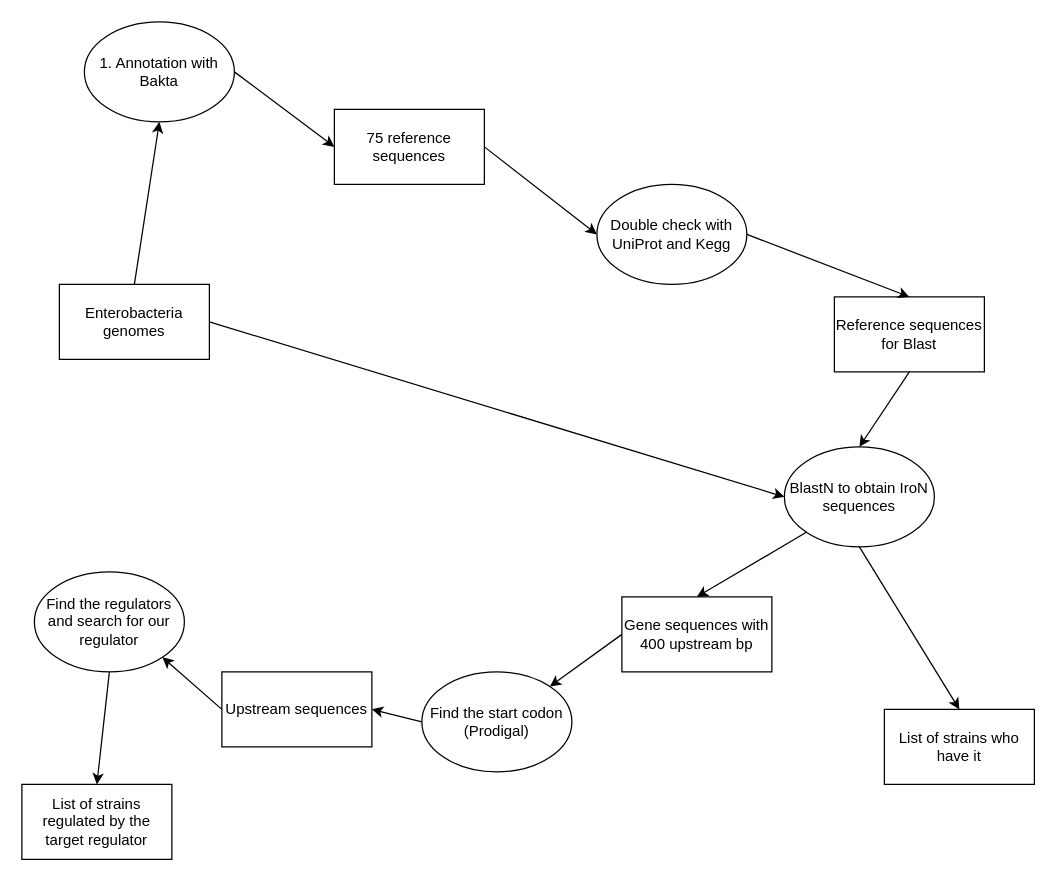
Before: IroN-project.drawio in Eugenio-Molphe/IroN-project, a draw.io diagram. Source tidied: cells renumbered, new cells numbered last; positions are measured from the earlier drawing's top-left corner, leaving out a move shared by most shapes. Both pictures are drawn from the tidied source at 125%, with x=0, y=0 at pixel (21, 21).
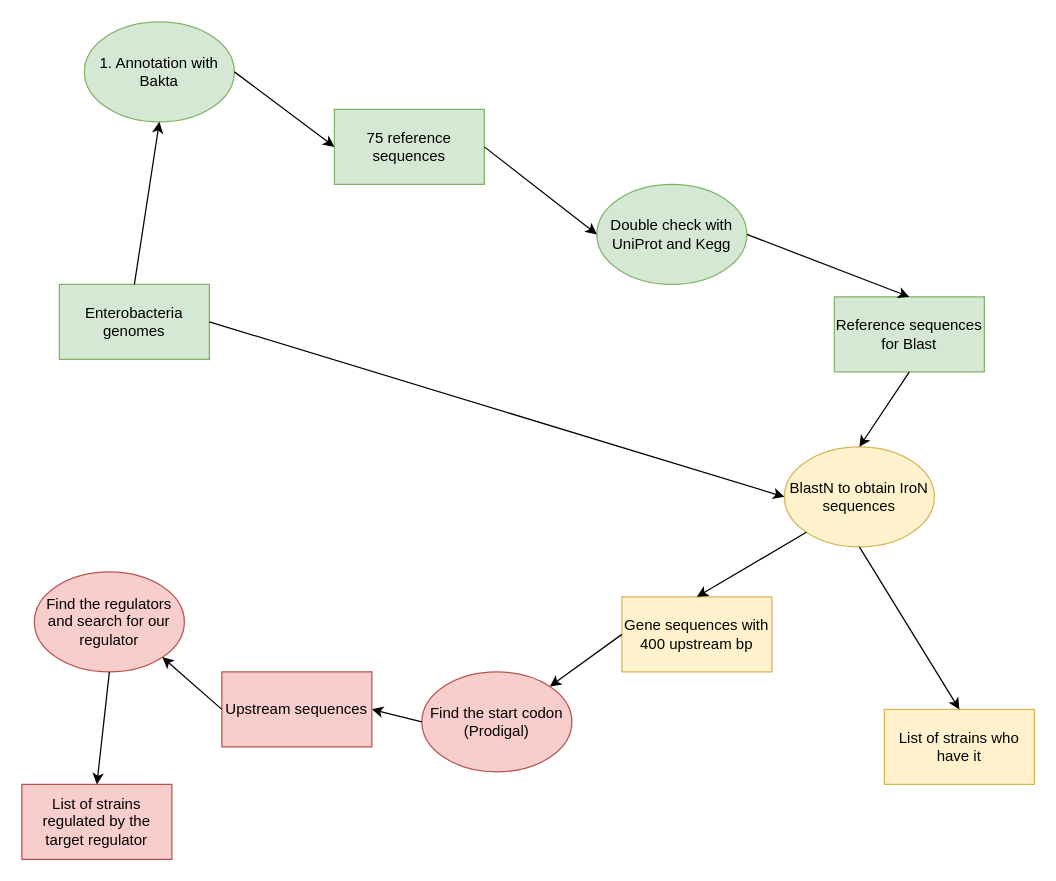
After the change.

Commit message:
We are bout to Blast it

What changed in the source:
```diff
@@
-    <mxCell id="2" value="75 reference sequences" style="rounded=0;whiteSpace=wrap;html=1;" parent="1" vertex="1">
+    <mxCell id="2" value="75 reference sequences" style="rounded=0;whiteSpace=wrap;html=1;fillColor=#d5e8d4;strokeColor=#82b366;" parent="1" vertex="1">
       <mxGeometry x="250" y="70" width="120" height="60" as="geometry" />
     </mxCell>
-    <mxCell id="3" value="1. Annotation with Bakta" style="ellipse;whiteSpace=wrap;html=1;" parent="1" vertex="1">
+    <mxCell id="3" value="1. Annotation with Bakta" style="ellipse;whiteSpace=wrap;html=1;fillColor=#d5e8d4;strokeColor=#82b366;" parent="1" vertex="1">
       <mxGeometry x="50" width="120" height="80" as="geometry" />
     </mxCell>
-    <mxCell id="4" value="Enterobacteria genomes" style="rounded=0;whiteSpace=wrap;html=1;" parent="1" vertex="1">
+    <mxCell id="4" value="Enterobacteria genomes" style="rounded=0;whiteSpace=wrap;html=1;fillColor=#d5e8d4;strokeColor=#82b366;" parent="1" vertex="1">
       <mxGeometry x="30" y="210" width="120" height="60" as="geometry" />
     </mxCell>
-    <mxCell id="5" value="Double check with UniProt and Kegg" style="ellipse;whiteSpace=wrap;html=1;" parent="1" vertex="1">
+    <mxCell id="5" value="Double check with UniProt and Kegg" style="ellipse;whiteSpace=wrap;html=1;fillColor=#d5e8d4;strokeColor=#82b366;" parent="1" vertex="1">
       <mxGeometry x="460" y="130" width="120" height="80" as="geometry" />
     </mxCell>
-    <mxCell id="6" value="BlastN to obtain IroN sequences" style="ellipse;whiteSpace=wrap;html=1;" parent="1" vertex="1">
+    <mxCell id="6" value="BlastN to obtain IroN sequences" style="ellipse;whiteSpace=wrap;html=1;fillColor=#fff2cc;strokeColor=#d6b656;" parent="1" vertex="1">
       <mxGeometry x="610" y="340" width="120" height="80" as="geometry" />
     </mxCell>
-    <mxCell id="7" value="List of strains who have it" style="rounded=0;whiteSpace=wrap;html=1;" parent="1" vertex="1">
+    <mxCell id="7" value="List of strains who have it" style="rounded=0;whiteSpace=wrap;html=1;fillColor=#fff2cc;strokeColor=#d6b656;" parent="1" vertex="1">
       <mxGeometry x="690" y="550" width="120" height="60" as="geometry" />
     </mxCell>
-    <mxCell id="8" value="Find the start codon (Prodigal)" style="ellipse;whiteSpace=wrap;html=1;" parent="1" vertex="1">
+    <mxCell id="8" value="Find the start codon (Prodigal)" style="ellipse;whiteSpace=wrap;html=1;fillColor=#f8cecc;strokeColor=#b85450;" parent="1" vertex="1">
       <mxGeometry x="320" y="520" width="120" height="80" as="geometry" />
     </mxCell>
-    <mxCell id="9" value="Find the regulators and search for our regulator" style="ellipse;whiteSpace=wrap;html=1;" parent="1" vertex="1">
+    <mxCell id="9" value="Find the regulators and search for our regulator" style="ellipse;whiteSpace=wrap;html=1;fillColor=#f8cecc;strokeColor=#b85450;" parent="1" vertex="1">
       <mxGeometry x="10" y="440" width="120" height="80" as="geometry" />
     </mxCell>
-    <mxCell id="10" value="Reference sequences for Blast" style="rounded=0;whiteSpace=wrap;html=1;" parent="1" vertex="1">
+    <mxCell id="10" value="Reference sequences for Blast" style="rounded=0;whiteSpace=wrap;html=1;fillColor=#d5e8d4;strokeColor=#82b366;" parent="1" vertex="1">
       <mxGeometry x="650" y="220" width="120" height="60" as="geometry" />
     </mxCell>
-    <mxCell id="11" value="Gene sequences with 400 upstream bp" style="rounded=0;whiteSpace=wrap;html=1;" parent="1" vertex="1">
+    <mxCell id="11" value="Gene sequences with 400 upstream bp" style="rounded=0;whiteSpace=wrap;html=1;fillColor=#fff2cc;strokeColor=#d6b656;" parent="1" vertex="1">
       <mxGeometry x="480" y="460" width="120" height="60" as="geometry" />
     </mxCell>
-    <mxCell id="12" value="Upstream sequences" style="rounded=0;whiteSpace=wrap;html=1;" parent="1" vertex="1">
+    <mxCell id="12" value="Upstream sequences" style="rounded=0;whiteSpace=wrap;html=1;fillColor=#f8cecc;strokeColor=#b85450;" parent="1" vertex="1">
       <mxGeometry x="160" y="520" width="120" height="60" as="geometry" />
     </mxCell>
-    <mxCell id="13" value="List of strains regulated by the target regulator" style="rounded=0;whiteSpace=wrap;html=1;" parent="1" vertex="1">
+    <mxCell id="13" value="List of strains regulated by the target regulator" style="rounded=0;whiteSpace=wrap;html=1;fillColor=#f8cecc;strokeColor=#b85450;" parent="1" vertex="1">
       <mxGeometry y="610" width="120" height="60" as="geometry" />
     </mxCell>
```
